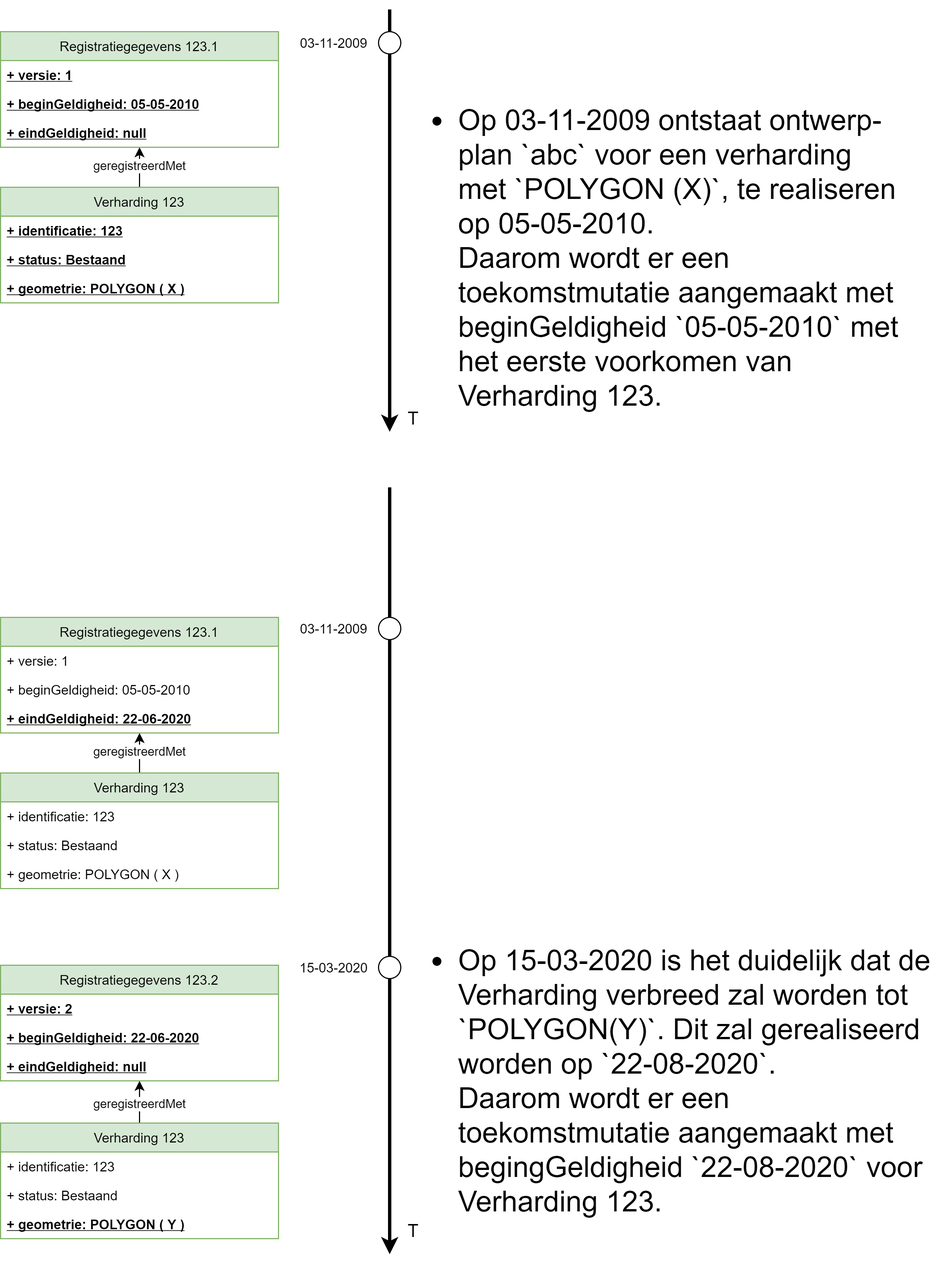
Earlier version of the draw.io export issues/15-levensfasen/uitwerkingen/2-schaduw-gepland-objecttype/2-c-schaduw-gepland-obejcttype-relaties-realisatiedatum-simpel.png (Geonovum/disgeo-imsor). Source tidied: cells renumbered, new cells last; positions are measured from the earlier drawing's top-left corner, leaving out a move shared by most shapes.
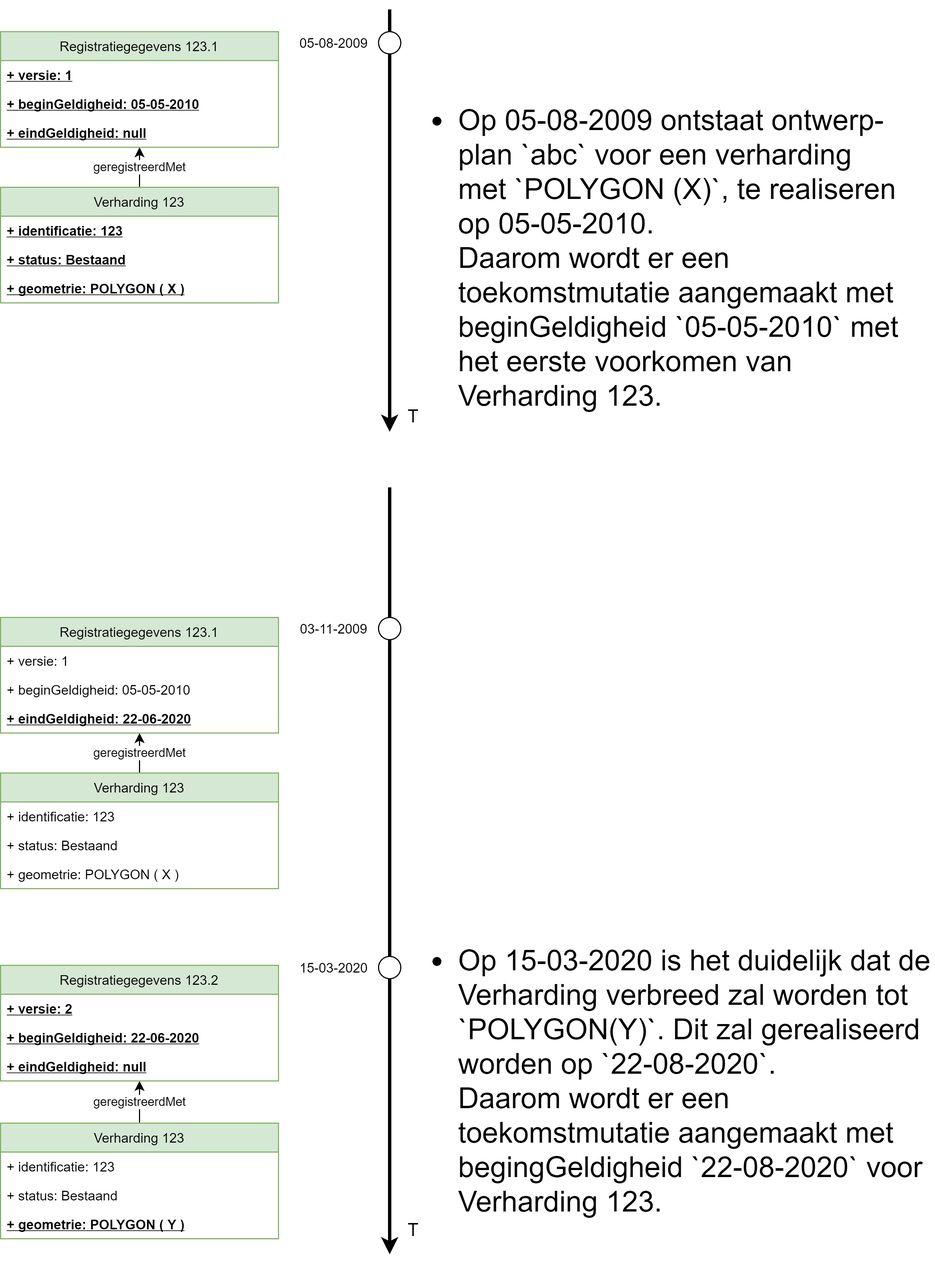
The same file after the commit.

What changed in the source:
```diff
@@ -105,7 +105,7 @@
     <mxCell id="32" value="+ eindGeldigheid: 22-06-2020" style="text;strokeColor=none;fillColor=none;align=left;verticalAlign=top;spacingLeft=4;spacingRight=4;overflow=hidden;fontStyle=5;" parent="29" vertex="1">
       <mxGeometry y="78" width="250" height="26" as="geometry" />
     </mxCell>
-    <mxCell id="33" value="&lt;ul&gt;&lt;li&gt;&lt;span&gt;Op 03-11-2009 ontstaat ontwerp-plan `abc` voor een verharding met `POLYGON (X)`, te realiseren op 05-05-2010.&lt;br&gt;Daarom wordt er een toekomstmutatie aangemaakt met beginGeldigheid `05-05-2010` met het eerste voorkomen van Verharding 123.&lt;/span&gt;&lt;/li&gt;&lt;/ul&gt;" style="text;html=1;strokeColor=none;fillColor=none;align=left;verticalAlign=top;whiteSpace=wrap;rounded=0;fontSize=26;" parent="1" vertex="1">
+    <mxCell id="33" value="&lt;ul&gt;&lt;li&gt;&lt;span&gt;Op 05-08-2009 ontstaat ontwerp-plan `abc` voor een verharding met `POLYGON (X)`, te realiseren op 05-05-2010.&lt;br&gt;Daarom wordt er een toekomstmutatie aangemaakt met beginGeldigheid `05-05-2010` met het eerste voorkomen van Verharding 123.&lt;/span&gt;&lt;/li&gt;&lt;/ul&gt;" style="text;html=1;strokeColor=none;fillColor=none;align=left;verticalAlign=top;whiteSpace=wrap;rounded=0;fontSize=26;" parent="1" vertex="1">
       <mxGeometry x="370" y="52" width="440" height="270" as="geometry" />
     </mxCell>
     <mxCell id="34" style="group;" parent="1" vertex="1">
@@ -114,7 +114,7 @@
     <mxCell id="35" style="ellipse;whiteSpace=wrap;html=1;" parent="34" vertex="1">
       <mxGeometry x="80" width="20" height="20" as="geometry" />
     </mxCell>
-    <mxCell id="36" value="03-11-2009" style="text;html=1;strokeColor=none;fillColor=none;align=center;verticalAlign=middle;whiteSpace=wrap;rounded=0;" parent="34" vertex="1">
+    <mxCell id="36" value="05-08-2009" style="text;html=1;strokeColor=none;fillColor=none;align=center;verticalAlign=middle;whiteSpace=wrap;rounded=0;" parent="34" vertex="1">
       <mxGeometry width="80" height="20" as="geometry" />
     </mxCell>
     <mxCell id="37" style="group;" parent="1" vertex="1">
```
